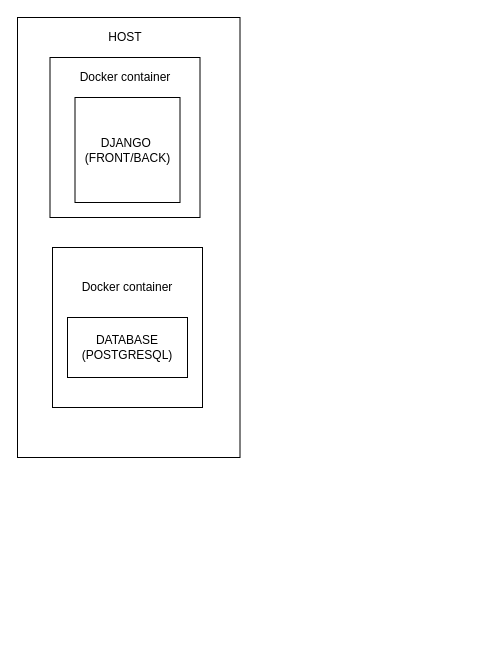
This is Untitled Diagram.drawio from JuMasta/project-structure-diagrams, a draw.io file, before an edit. Source tidied: cells renumbered, new cells numbered last; positions are measured from the earlier drawing's top-left corner, leaving out a move shared by most shapes. Both pictures are drawn from the tidied source at 100%, with x=0, y=0 at pixel (17, 17).
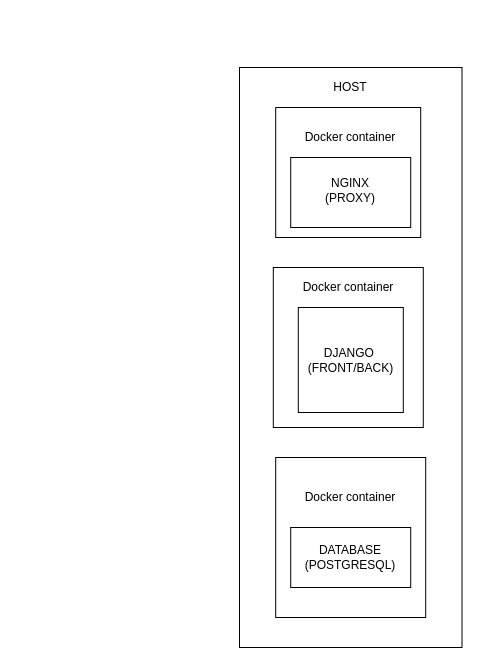
Above is the later version.

Change to the diagram source:
```diff
@@
 <mxGraphModel>
   <root>
     <mxCell id="0" />
     <mxCell id="1" parent="0" />
     <mxCell id="2" style="rounded=0;whiteSpace=wrap;html=1;" parent="1" vertex="1">
-      <mxGeometry width="222.5" height="440" as="geometry" />
+      <mxGeometry x="222" y="50" width="222.5" height="580" as="geometry" />
     </mxCell>
     <mxCell id="3" style="rounded=0;whiteSpace=wrap;html=1;" parent="1" vertex="1">
-      <mxGeometry x="32.5" y="40" width="150" height="160" as="geometry" />
+      <mxGeometry x="255.8" y="250" width="150" height="160" as="geometry" />
     </mxCell>
     <mxCell id="4" value="DJANGO&amp;nbsp;&lt;br&gt;(FRONT/BACK)" style="whiteSpace=wrap;html=1;" parent="1" vertex="1">
-      <mxGeometry x="57.5" y="80" width="105" height="105" as="geometry" />
+      <mxGeometry x="280.8" y="290" width="105" height="105" as="geometry" />
     </mxCell>
     <mxCell id="5" value="Docker container" style="text;html=1;strokeColor=none;fillColor=none;align=center;verticalAlign=middle;whiteSpace=wrap;rounded=0;" parent="1" vertex="1">
-      <mxGeometry x="42.5" y="40" width="130" height="40" as="geometry" />
+      <mxGeometry x="265.8" y="250" width="130" height="40" as="geometry" />
     </mxCell>
     <mxCell id="6" style="rounded=0;whiteSpace=wrap;html=1;" parent="1" vertex="1">
-      <mxGeometry x="35" y="230" width="150" height="160" as="geometry" />
+      <mxGeometry x="258.2" y="440" width="150" height="160" as="geometry" />
     </mxCell>
     <mxCell id="7" value="DATABASE&lt;br&gt;(POSTGRESQL)" style="rounded=0;whiteSpace=wrap;html=1;" parent="1" vertex="1">
-      <mxGeometry x="50" y="300" width="120" height="60" as="geometry" />
+      <mxGeometry x="273.2" y="510" width="120" height="60" as="geometry" />
     </mxCell>
     <mxCell id="8" value="Docker container" style="text;html=1;strokeColor=none;fillColor=none;align=center;verticalAlign=middle;whiteSpace=wrap;rounded=0;" parent="1" vertex="1">
-      <mxGeometry x="45" y="250" width="130" height="40" as="geometry" />
+      <mxGeometry x="268.2" y="460" width="130" height="40" as="geometry" />
     </mxCell>
     <mxCell id="9" value="HOST" style="text;html=1;strokeColor=none;fillColor=none;align=center;verticalAlign=middle;whiteSpace=wrap;rounded=0;" parent="1" vertex="1">
-      <mxGeometry x="87.5" y="10" width="40" height="20" as="geometry" />
+      <mxGeometry x="313.2" y="60" width="40" height="20" as="geometry" />
     </mxCell>
+    <mxCell id="10" style="rounded=0;whiteSpace=wrap;html=1;" parent="1" vertex="1">
+      <mxGeometry x="258.2" y="90" width="145" height="130" as="geometry" />
+    </mxCell>
+    <mxCell id="11" value="Docker container" style="text;html=1;strokeColor=none;fillColor=none;align=center;verticalAlign=middle;whiteSpace=wrap;rounded=0;" parent="1" vertex="1">
+      <mxGeometry x="268.2" y="100" width="130" height="40" as="geometry" />
+    </mxCell>
+    <mxCell id="12" style="rounded=0;whiteSpace=wrap;html=1;" parent="1" vertex="1">
+      <mxGeometry x="273.2" y="140" width="120" height="70" as="geometry" />
+    </mxCell>
+    <mxCell id="13" value="NGINX&lt;br&gt;(PROXY)" style="text;html=1;strokeColor=none;fillColor=none;align=center;verticalAlign=middle;whiteSpace=wrap;rounded=0;" parent="1" vertex="1">
+      <mxGeometry x="313.2" y="160" width="40" height="25" as="geometry" />
+    </mxCell>
   </root>
 </mxGraphModel>
```
